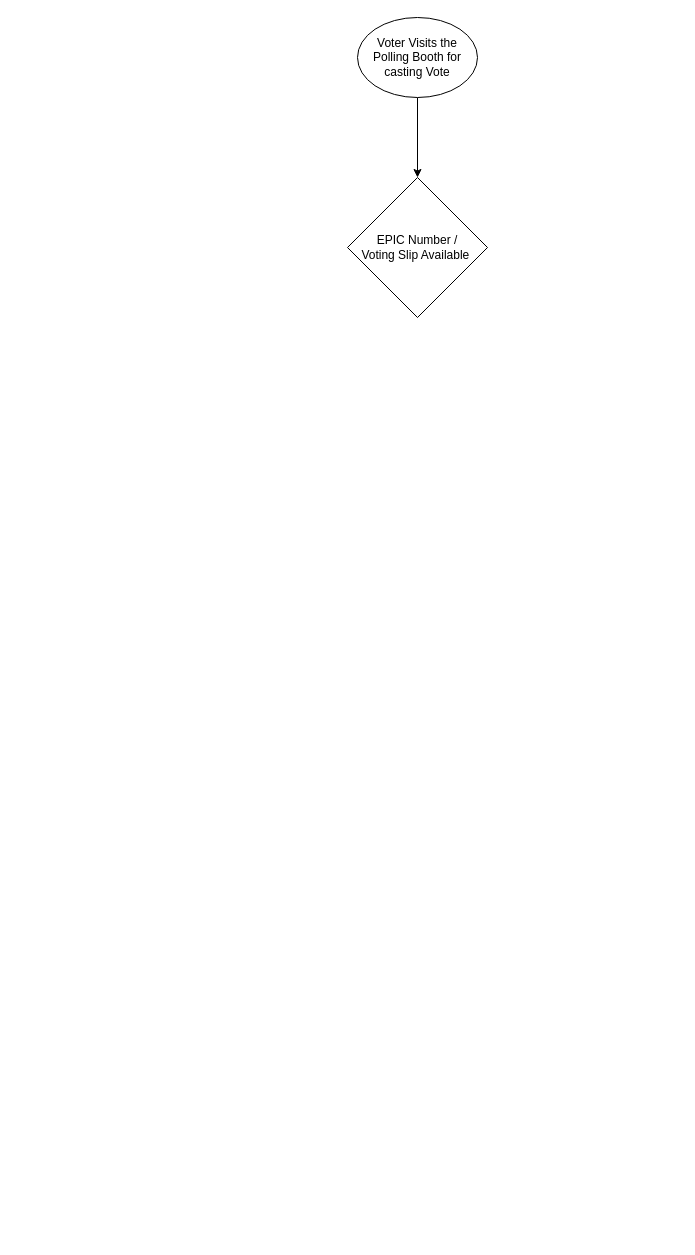
Before: page "Voter" (2 of 2) of Untitled Diagram.drawio in KushKD/draw_io, a draw.io diagram. Source tidied: cells renumbered, new cells numbered last; positions are measured from the earlier drawing's top-left corner, leaving out a move shared by most shapes. Both pictures are drawn from the tidied source at 100%, with x=0, y=0 at pixel (347, 17).
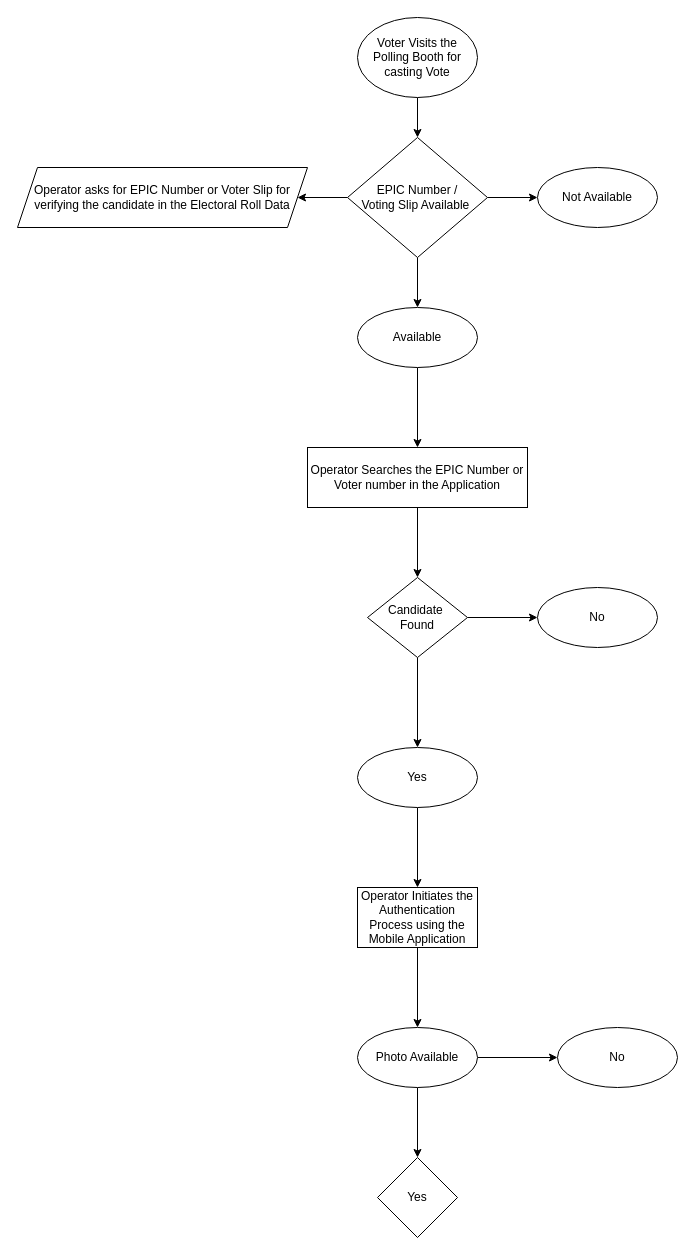
After the change.

Diff of the diagram source:
```diff
@@
+    <mxCell id="5" style="edgeStyle=orthogonalEdgeStyle;rounded=0;jettySize=auto;html=1;" parent="1" edge="1" source="4" target="8">
+      <mxGeometry relative="1" as="geometry" />
+    </mxCell>
+    <mxCell id="6" style="edgeStyle=orthogonalEdgeStyle;rounded=0;jettySize=auto;html=1;" parent="1" edge="1" source="4" target="9">
+      <mxGeometry relative="1" as="geometry" />
+    </mxCell>
+    <mxCell id="7" style="edgeStyle=orthogonalEdgeStyle;rounded=0;jettySize=auto;html=1;" parent="1" edge="1" source="4" target="11">
+      <mxGeometry relative="1" as="geometry" />
+    </mxCell>
     <mxCell id="4" value="EPIC Number /&lt;br&gt;Voting Slip Available&amp;nbsp;" style="rhombus;whiteSpace=wrap;html=1;" parent="1" vertex="1">
-      <mxGeometry y="160" width="140" height="140" as="geometry" />
+      <mxGeometry y="120" width="140" height="120" as="geometry" />
     </mxCell>
+    <mxCell id="8" value="Operator asks for EPIC Number or Voter Slip for verifying the candidate in the Electoral Roll Data" style="shape=parallelogram;perimeter=parallelogramPerimeter;whiteSpace=wrap;html=1;fixedSize=1;" parent="1" vertex="1">
+      <mxGeometry x="-330" y="150" width="290" height="60" as="geometry" />
+    </mxCell>
+    <mxCell id="9" value="Not Available" style="ellipse;whiteSpace=wrap;html=1;" parent="1" vertex="1">
+      <mxGeometry x="190" y="150" width="120" height="60" as="geometry" />
+    </mxCell>
+    <mxCell id="10" style="edgeStyle=orthogonalEdgeStyle;rounded=0;jettySize=auto;html=1;" parent="1" edge="1" source="11" target="13">
+      <mxGeometry relative="1" as="geometry" />
+    </mxCell>
+    <mxCell id="11" value="Available" style="ellipse;whiteSpace=wrap;html=1;" parent="1" vertex="1">
+      <mxGeometry x="10" y="290" width="120" height="60" as="geometry" />
+    </mxCell>
+    <mxCell id="12" style="edgeStyle=orthogonalEdgeStyle;rounded=0;jettySize=auto;html=1;" parent="1" edge="1" source="13" target="16">
+      <mxGeometry relative="1" as="geometry" />
+    </mxCell>
+    <mxCell id="13" value="Operator Searches the EPIC Number or Voter number in the Application" style="whiteSpace=wrap;html=1;" parent="1" vertex="1">
+      <mxGeometry x="-40" y="430" width="220" height="60" as="geometry" />
+    </mxCell>
+    <mxCell id="14" style="edgeStyle=orthogonalEdgeStyle;rounded=0;jettySize=auto;html=1;" parent="1" edge="1" source="16" target="18">
+      <mxGeometry relative="1" as="geometry" />
+    </mxCell>
+    <mxCell id="15" style="edgeStyle=orthogonalEdgeStyle;rounded=0;jettySize=auto;html=1;" parent="1" edge="1" source="16" target="19">
+      <mxGeometry relative="1" as="geometry" />
+    </mxCell>
+    <mxCell id="16" value="Candidate&amp;nbsp;&lt;br&gt;Found" style="rhombus;whiteSpace=wrap;html=1;" parent="1" vertex="1">
+      <mxGeometry x="20" y="560" width="100" height="80" as="geometry" />
+    </mxCell>
+    <mxCell id="17" style="edgeStyle=orthogonalEdgeStyle;rounded=0;jettySize=auto;html=1;" parent="1" edge="1" source="18" target="21">
+      <mxGeometry relative="1" as="geometry" />
+    </mxCell>
+    <mxCell id="18" value="Yes" style="ellipse;whiteSpace=wrap;html=1;" parent="1" vertex="1">
+      <mxGeometry x="10" y="730" width="120" height="60" as="geometry" />
+    </mxCell>
+    <mxCell id="19" value="No" style="ellipse;whiteSpace=wrap;html=1;" parent="1" vertex="1">
+      <mxGeometry x="190" y="570" width="120" height="60" as="geometry" />
+    </mxCell>
+    <mxCell id="20" style="edgeStyle=orthogonalEdgeStyle;rounded=0;jettySize=auto;html=1;" parent="1" edge="1" source="21" target="24">
+      <mxGeometry relative="1" as="geometry" />
+    </mxCell>
+    <mxCell id="21" value="Operator Initiates the Authentication Process using the Mobile Application" style="whiteSpace=wrap;html=1;" parent="1" vertex="1">
+      <mxGeometry x="10" y="870" width="120" height="60" as="geometry" />
+    </mxCell>
+    <mxCell id="22" style="edgeStyle=orthogonalEdgeStyle;rounded=0;jettySize=auto;html=1;" parent="1" edge="1" source="24" target="25">
+      <mxGeometry relative="1" as="geometry" />
+    </mxCell>
+    <mxCell id="23" style="edgeStyle=orthogonalEdgeStyle;rounded=0;jettySize=auto;html=1;" parent="1" edge="1" source="24" target="26">
+      <mxGeometry relative="1" as="geometry" />
+    </mxCell>
+    <mxCell id="24" value="Photo Available" style="ellipse;whiteSpace=wrap;html=1;" parent="1" vertex="1">
+      <mxGeometry x="10" y="1010" width="120" height="60" as="geometry" />
+    </mxCell>
+    <mxCell id="25" value="Yes" style="rhombus;whiteSpace=wrap;html=1;" parent="1" vertex="1">
+      <mxGeometry x="30" y="1140" width="80" height="80" as="geometry" />
+    </mxCell>
+    <mxCell id="26" value="No" style="ellipse;whiteSpace=wrap;html=1;" parent="1" vertex="1">
+      <mxGeometry x="210" y="1010" width="120" height="60" as="geometry" />
+    </mxCell>
```
